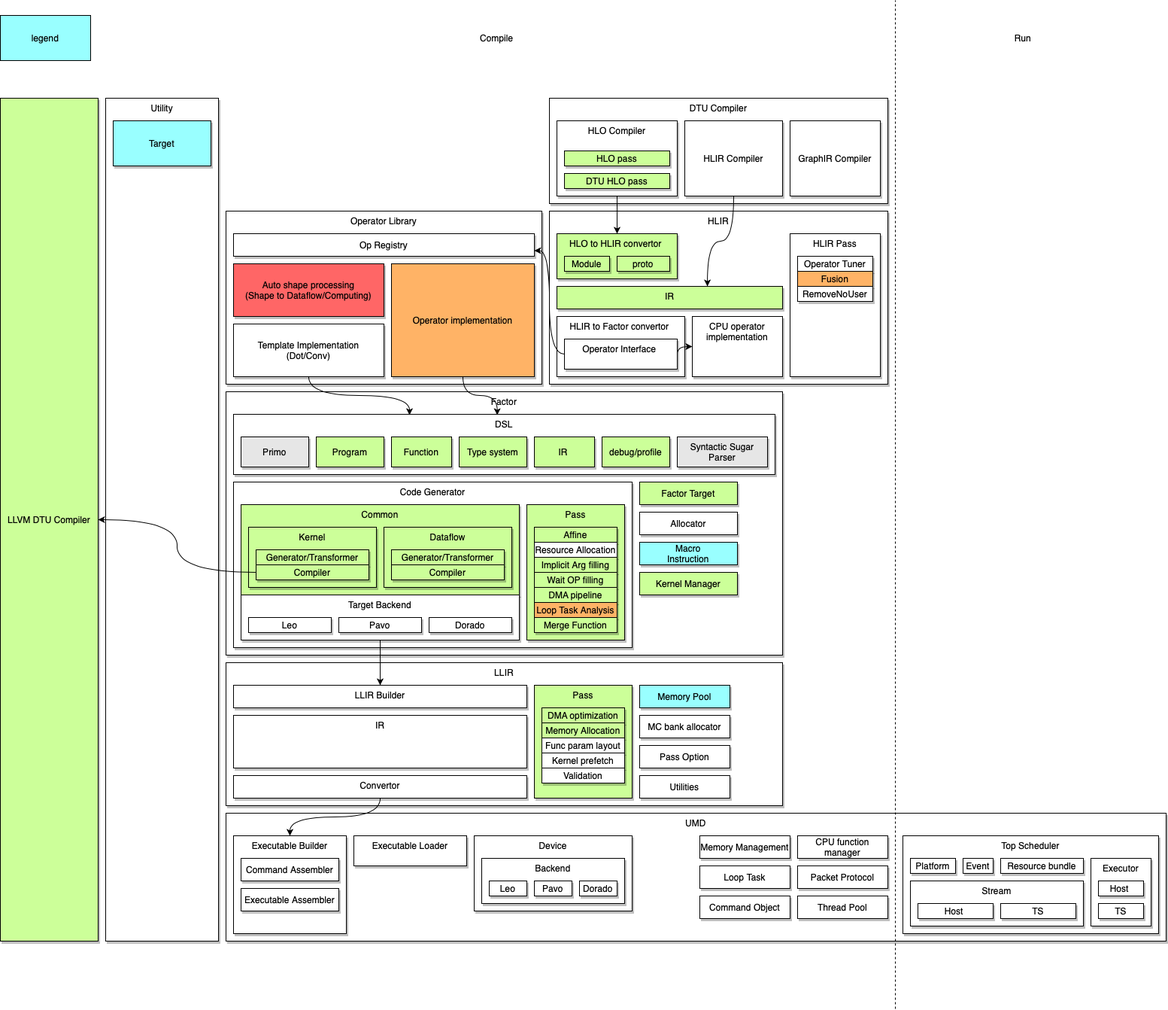
Earlier version of the draw.io export 组件及关系图.png (dingsg/drawio). Source tidied: cells renumbered, new cells last; positions are measured from the earlier drawing's top-left corner, leaving out a move shared by most shapes.
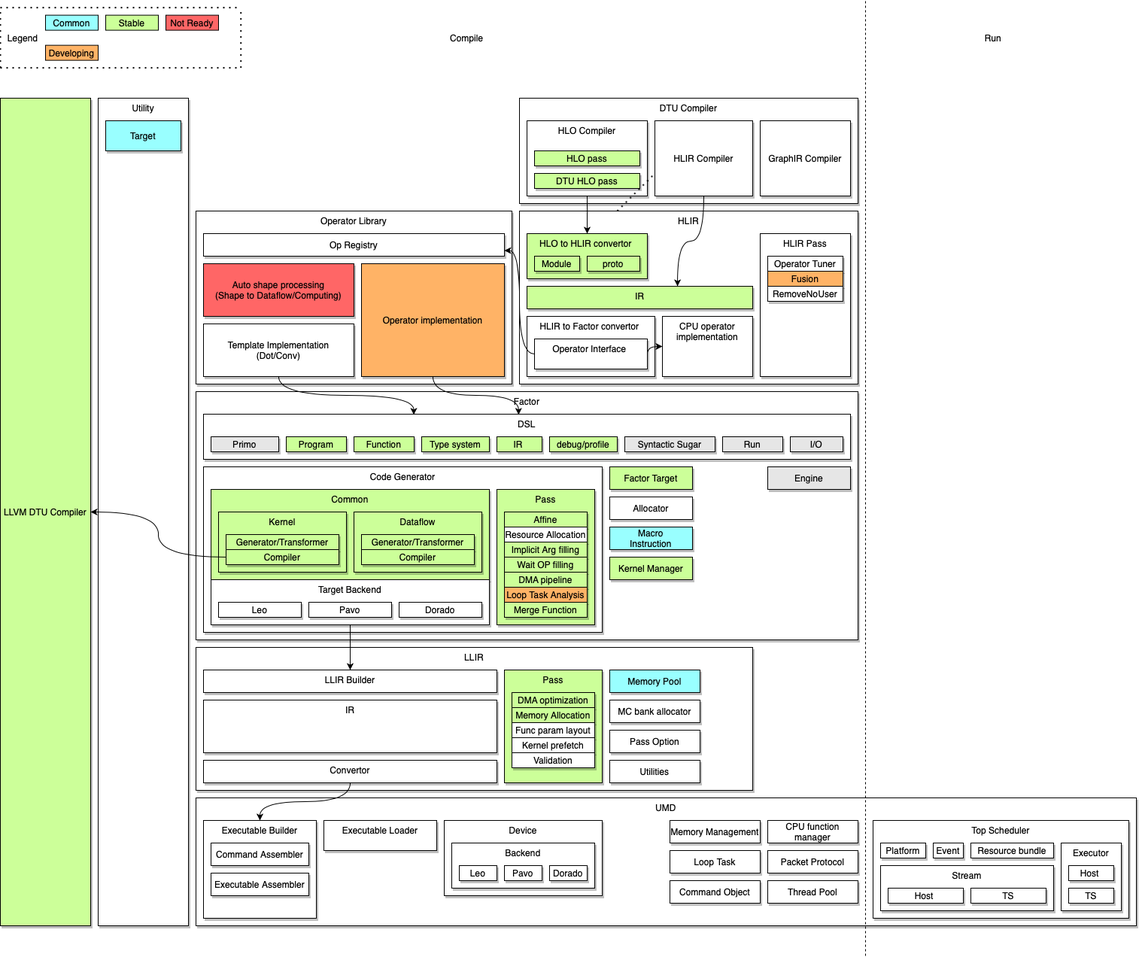
Above is the later version.

Commit message:
Added 组件及关系图.png

What changed in the source:
```diff
@@ -5,6 +5,6 @@
     <mxCell id="2" value="Operator Library" style="rounded=0;whiteSpace=wrap;html=1;verticalAlign=top;shadow=1;" parent="1" vertex="1">
-      <mxGeometry x="300" y="280" width="420" height="230" as="geometry" />
+      <mxGeometry x="300" y="300" width="420" height="230" as="geometry" />
     </mxCell>
     <mxCell id="3" value="Factor" style="rounded=0;whiteSpace=wrap;html=1;align=center;verticalAlign=top;shadow=1;" parent="1" vertex="1">
-      <mxGeometry x="300" y="520" width="740" height="350" as="geometry" />
+      <mxGeometry x="300" y="540" width="880" height="330" as="geometry" />
     </mxCell>
@@ -17,21 +17,21 @@
     <mxCell id="6" value="HLIR" style="rounded=0;whiteSpace=wrap;html=1;align=center;verticalAlign=top;shadow=1;" parent="1" vertex="1">
-      <mxGeometry x="730" y="280" width="450" height="230" as="geometry" />
+      <mxGeometry x="730" y="300" width="450" height="230" as="geometry" />
     </mxCell>
     <mxCell id="7" value="DTU Compiler&lt;br&gt;" style="rounded=0;whiteSpace=wrap;html=1;align=center;verticalAlign=top;shadow=1;" parent="1" vertex="1">
-      <mxGeometry x="730" y="130" width="450" height="140" as="geometry" />
+      <mxGeometry x="730" y="150" width="450" height="140" as="geometry" />
     </mxCell>
     <mxCell id="8" value="HLO Compiler" style="rounded=0;whiteSpace=wrap;html=1;verticalAlign=top;shadow=1;" parent="1" vertex="1">
-      <mxGeometry x="740" y="160" width="160" height="100" as="geometry" />
+      <mxGeometry x="740" y="180" width="160" height="100" as="geometry" />
     </mxCell>
     <mxCell id="9" value="GraphIR Compiler" style="rounded=0;whiteSpace=wrap;html=1;shadow=1;" parent="1" vertex="1">
-      <mxGeometry x="1050" y="160" width="120" height="100" as="geometry" />
+      <mxGeometry x="1050" y="180" width="120" height="100" as="geometry" />
     </mxCell>
     <mxCell id="10" value="HLO to HLIR convertor&amp;nbsp;" style="rounded=0;whiteSpace=wrap;html=1;verticalAlign=top;shadow=1;fillColor=#CCFF99;" parent="1" vertex="1">
-      <mxGeometry x="740" y="310" width="160" height="60" as="geometry" />
+      <mxGeometry x="740" y="330" width="160" height="60" as="geometry" />
     </mxCell>
     <mxCell id="11" value="HLIR to Factor&amp;nbsp;convertor&amp;nbsp;" style="rounded=0;whiteSpace=wrap;html=1;verticalAlign=top;shadow=1;" parent="1" vertex="1">
-      <mxGeometry x="740" y="420" width="170" height="80" as="geometry" />
+      <mxGeometry x="740" y="440" width="170" height="80" as="geometry" />
     </mxCell>
     <mxCell id="12" value="HLO pass" style="rounded=0;whiteSpace=wrap;html=1;shadow=1;fillColor=#CCFF99;" parent="1" vertex="1">
-      <mxGeometry x="750" y="200" width="140" height="20" as="geometry" />
+      <mxGeometry x="750" y="220" width="140" height="20" as="geometry" />
     </mxCell>
@@ -41,12 +41,12 @@
     <mxCell id="14" value="DTU HLO pass" style="rounded=0;whiteSpace=wrap;html=1;shadow=1;fillColor=#CCFF99;" parent="1" vertex="1">
-      <mxGeometry x="750" y="230" width="140" height="20" as="geometry" />
+      <mxGeometry x="750" y="250" width="140" height="20" as="geometry" />
     </mxCell>
     <mxCell id="15" value="Module" style="rounded=0;whiteSpace=wrap;html=1;align=center;shadow=1;fillColor=#CCFF99;" parent="1" vertex="1">
-      <mxGeometry x="750" y="340" width="60" height="20" as="geometry" />
+      <mxGeometry x="750" y="360" width="60" height="20" as="geometry" />
     </mxCell>
     <mxCell id="16" value="proto" style="rounded=0;whiteSpace=wrap;html=1;align=center;shadow=1;fillColor=#CCFF99;" parent="1" vertex="1">
-      <mxGeometry x="820" y="340" width="70" height="20" as="geometry" />
+      <mxGeometry x="820" y="360" width="70" height="20" as="geometry" />
     </mxCell>
     <mxCell id="17" value="HLIR Pass" style="rounded=0;whiteSpace=wrap;html=1;verticalAlign=top;shadow=1;" parent="1" vertex="1">
-      <mxGeometry x="1050" y="310" width="120" height="190" as="geometry" />
+      <mxGeometry x="1050" y="330" width="120" height="190" as="geometry" />
     </mxCell>
@@ -58,3 +58,3 @@
         <Array as="points">
-          <mxPoint x="900" y="460" />
+          <mxPoint x="900" y="480" />
         </Array>
@@ -63,9 +63,9 @@
     <mxCell id="20" value="Operator Interface&amp;nbsp;" style="rounded=0;whiteSpace=wrap;html=1;verticalAlign=top;shadow=1;" parent="1" vertex="1">
-      <mxGeometry x="750" y="450" width="150" height="40" as="geometry" />
+      <mxGeometry x="750" y="470" width="150" height="40" as="geometry" />
     </mxCell>
     <mxCell id="21" value="Auto shape processing&lt;br&gt;(Shape to Dataflow/Computing)" style="rounded=0;whiteSpace=wrap;html=1;align=center;shadow=1;fillColor=#FF6666;" parent="1" vertex="1">
-      <mxGeometry x="310" y="350" width="200" height="70" as="geometry" />
+      <mxGeometry x="310" y="370" width="200" height="70" as="geometry" />
     </mxCell>
     <mxCell id="22" value="Op Registry" style="rounded=0;whiteSpace=wrap;html=1;align=center;shadow=1;" parent="1" vertex="1">
-      <mxGeometry x="310" y="310" width="400" height="30" as="geometry" />
+      <mxGeometry x="310" y="330" width="400" height="30" as="geometry" />
     </mxCell>
@@ -75,6 +75,6 @@
     <mxCell id="24" value="&lt;span&gt;Template Implementation&lt;br&gt;(Dot/Conv)&lt;br&gt;&lt;/span&gt;" style="rounded=0;whiteSpace=wrap;html=1;align=center;shadow=1;" parent="1" vertex="1">
-      <mxGeometry x="310" y="430" width="200" height="70" as="geometry" />
+      <mxGeometry x="310" y="450" width="200" height="70" as="geometry" />
     </mxCell>
     <mxCell id="25" value="Operator Tuner" style="rounded=0;whiteSpace=wrap;html=1;align=center;shadow=1;" parent="1" vertex="1">
-      <mxGeometry x="1060" y="340" width="100" height="20" as="geometry" />
+      <mxGeometry x="1060" y="360" width="100" height="20" as="geometry" />
     </mxCell>
@@ -84,42 +84,42 @@
     <mxCell id="27" value="&lt;span&gt;Operator implementation&lt;br&gt;&lt;/span&gt;" style="rounded=0;whiteSpace=wrap;html=1;align=center;shadow=1;fillColor=#FFB366;" parent="1" vertex="1">
-      <mxGeometry x="520" y="350" width="190" height="150" as="geometry" />
+      <mxGeometry x="520" y="370" width="190" height="150" as="geometry" />
     </mxCell>
     <mxCell id="28" value="CPU operator implementation" style="rounded=0;whiteSpace=wrap;html=1;verticalAlign=top;shadow=1;" parent="1" vertex="1">
-      <mxGeometry x="920" y="420" width="120" height="80" as="geometry" />
+      <mxGeometry x="920" y="440" width="120" height="80" as="geometry" />
     </mxCell>
     <mxCell id="29" value="DSL" style="rounded=0;whiteSpace=wrap;html=1;align=center;verticalAlign=top;shadow=1;" parent="1" vertex="1">
-      <mxGeometry x="310" y="550" width="720" height="80" as="geometry" />
+      <mxGeometry x="310" y="570" width="860" height="60" as="geometry" />
     </mxCell>
     <mxCell id="30" value="Primo" style="rounded=0;whiteSpace=wrap;html=1;align=center;shadow=1;fillColor=#E6E6E6;" parent="1" vertex="1">
-      <mxGeometry x="320" y="580" width="90" height="40" as="geometry" />
+      <mxGeometry x="320" y="600" width="90" height="20" as="geometry" />
     </mxCell>
     <mxCell id="31" value="Program" style="rounded=0;whiteSpace=wrap;html=1;align=center;shadow=1;fillColor=#CCFF99;" parent="1" vertex="1">
-      <mxGeometry x="420" y="580" width="90" height="40" as="geometry" />
+      <mxGeometry x="420" y="600" width="80" height="20" as="geometry" />
     </mxCell>
     <mxCell id="32" value="Factor Target" style="rounded=0;whiteSpace=wrap;html=1;align=center;shadow=1;fillColor=#CCFF99;" parent="1" vertex="1">
-      <mxGeometry x="850" y="640" width="130" height="30" as="geometry" />
+      <mxGeometry x="850" y="640" width="110" height="30" as="geometry" />
     </mxCell>
     <mxCell id="33" value="Utility" style="rounded=0;whiteSpace=wrap;html=1;align=center;verticalAlign=top;shadow=1;" parent="1" vertex="1">
-      <mxGeometry x="140" y="130" width="150" height="1120" as="geometry" />
+      <mxGeometry x="170" y="150" width="120" height="1100" as="geometry" />
     </mxCell>
     <mxCell id="34" value="Target" style="rounded=0;whiteSpace=wrap;html=1;align=center;shadow=1;fillColor=#99FFFF;" parent="1" vertex="1">
-      <mxGeometry x="150" y="160" width="130" height="60" as="geometry" />
+      <mxGeometry x="180" y="180" width="100" height="40" as="geometry" />
     </mxCell>
     <mxCell id="35" value="Type system" style="rounded=0;whiteSpace=wrap;html=1;align=center;shadow=1;fillColor=#CCFF99;" parent="1" vertex="1">
-      <mxGeometry x="610" y="580" width="90" height="40" as="geometry" />
+      <mxGeometry x="600" y="600" width="90" height="20" as="geometry" />
     </mxCell>
     <mxCell id="36" value="IR" style="rounded=0;whiteSpace=wrap;html=1;verticalAlign=top;shadow=1;fillColor=#CCFF99;" parent="1" vertex="1">
-      <mxGeometry x="740" y="380" width="300" height="30" as="geometry" />
+      <mxGeometry x="740" y="400" width="300" height="30" as="geometry" />
     </mxCell>
     <mxCell id="37" value="Fusion" style="rounded=0;whiteSpace=wrap;html=1;align=center;shadow=1;fillColor=#FFB366;" parent="1" vertex="1">
-      <mxGeometry x="1060" y="360" width="100" height="20" as="geometry" />
+      <mxGeometry x="1060" y="380" width="100" height="20" as="geometry" />
     </mxCell>
     <mxCell id="38" value="IR&amp;nbsp;" style="rounded=0;whiteSpace=wrap;html=1;align=center;verticalAlign=middle;shadow=1;fillColor=#CCFF99;" parent="1" vertex="1">
-      <mxGeometry x="710" y="580" width="80" height="40" as="geometry" />
+      <mxGeometry x="700" y="600" width="60" height="20" as="geometry" />
     </mxCell>
     <mxCell id="39" value="Function" style="rounded=0;whiteSpace=wrap;html=1;align=center;shadow=1;fillColor=#CCFF99;" parent="1" vertex="1">
-      <mxGeometry x="520" y="580" width="80" height="40" as="geometry" />
+      <mxGeometry x="510" y="600" width="80" height="20" as="geometry" />
     </mxCell>
-    <mxCell id="40" value="&lt;div style=&quot;&quot;&gt;Syntactic Sugar Parser&lt;/div&gt;" style="rounded=0;whiteSpace=wrap;html=1;align=center;verticalAlign=middle;shadow=1;fillColor=#E6E6E6;" parent="1" vertex="1">
-      <mxGeometry x="900" y="580" width="120" height="40" as="geometry" />
+    <mxCell id="40" value="&lt;div&gt;Syntactic Sugar&lt;/div&gt;" style="rounded=0;whiteSpace=wrap;html=1;align=center;verticalAlign=middle;shadow=1;fillColor=#E6E6E6;" parent="1" vertex="1">
+      <mxGeometry x="870" y="600" width="120" height="20" as="geometry" />
     </mxCell>
@@ -147,3 +147,3 @@
     <mxCell id="48" value="Allocator" style="rounded=0;whiteSpace=wrap;html=1;align=center;shadow=1;" parent="1" vertex="1">
-      <mxGeometry x="850" y="680" width="130" height="30" as="geometry" />
+      <mxGeometry x="850" y="680" width="110" height="30" as="geometry" />
     </mxCell>
@@ -165,3 +165,3 @@
     <mxCell id="54" value="Macro&lt;br&gt;Instruction" style="rounded=0;whiteSpace=wrap;html=1;align=center;shadow=1;fillColor=#99FFFF;" parent="1" vertex="1">
-      <mxGeometry x="850" y="720" width="130" height="30" as="geometry" />
+      <mxGeometry x="850" y="720" width="110" height="30" as="geometry" />
     </mxCell>
@@ -174,3 +174,3 @@
     <mxCell id="57" value="RemoveNoUser" style="rounded=0;whiteSpace=wrap;html=1;align=center;shadow=1;" parent="1" vertex="1">
-      <mxGeometry x="1060" y="380" width="100" height="20" as="geometry" />
+      <mxGeometry x="1060" y="400" width="100" height="20" as="geometry" />
     </mxCell>
@@ -238,4 +238,4 @@
       <mxGeometry relative="1" as="geometry">
-        <mxPoint x="1190" y="1340" as="sourcePoint" />
-        <mxPoint x="1190" as="targetPoint" />
+        <mxPoint x="1190" y="1290" as="sourcePoint" />
+        <mxPoint x="1190" y="20" as="targetPoint" />
       </mxGeometry>
@@ -267,6 +267,6 @@
     <mxCell id="87" value="LLVM DTU Compiler" style="rounded=0;whiteSpace=wrap;html=1;align=center;shadow=1;fillColor=#CCFF99;" parent="1" vertex="1">
-      <mxGeometry y="130" width="130" height="1120" as="geometry" />
+      <mxGeometry x="40" y="150" width="120" height="1100" as="geometry" />
     </mxCell>
     <mxCell id="88" value="Kernel Manager" style="rounded=0;whiteSpace=wrap;html=1;align=center;shadow=1;fillColor=#CCFF99;" parent="1" vertex="1">
-      <mxGeometry x="850" y="760" width="130" height="30" as="geometry" />
+      <mxGeometry x="850" y="760" width="110" height="30" as="geometry" />
     </mxCell>
@@ -321,6 +321,6 @@
     <mxCell id="105" value="Compile" style="text;html=1;strokeColor=none;fillColor=none;align=center;verticalAlign=middle;whiteSpace=wrap;rounded=0;" parent="1" vertex="1">
-      <mxGeometry x="640" y="40" width="40" height="20" as="geometry" />
+      <mxGeometry x="640" y="60" width="40" height="20" as="geometry" />
     </mxCell>
     <mxCell id="106" value="Run" style="text;html=1;strokeColor=none;fillColor=none;align=center;verticalAlign=middle;whiteSpace=wrap;rounded=0;" parent="1" vertex="1">
-      <mxGeometry x="1340" y="40" width="40" height="20" as="geometry" />
+      <mxGeometry x="1340" y="60" width="40" height="20" as="geometry" />
     </mxCell>
@@ -330,3 +330,3 @@
     <mxCell id="108" value="HLIR Compiler" style="rounded=0;whiteSpace=wrap;html=1;verticalAlign=middle;shadow=1;" parent="1" vertex="1">
-      <mxGeometry x="910" y="160" width="130" height="100" as="geometry" />
+      <mxGeometry x="910" y="180" width="130" height="100" as="geometry" />
     </mxCell>
@@ -335,7 +335,7 @@
     </mxCell>
-    <mxCell id="110" value="legend" style="rounded=0;whiteSpace=wrap;html=1;fillColor=#99FFFF;" parent="1" vertex="1">
-      <mxGeometry y="20" width="120" height="60" as="geometry" />
+    <mxCell id="110" value="Common" style="rounded=0;whiteSpace=wrap;html=1;fillColor=#99FFFF;" parent="1" vertex="1">
+      <mxGeometry x="100" y="39.7" width="70" height="20" as="geometry" />
     </mxCell>
     <mxCell id="111" value="debug/profile" style="rounded=0;whiteSpace=wrap;html=1;align=center;verticalAlign=middle;shadow=1;fillColor=#CCFF99;" parent="1" vertex="1">
-      <mxGeometry x="800" y="580" width="90" height="40" as="geometry" />
+      <mxGeometry x="770" y="600" width="90" height="20" as="geometry" />
     </mxCell>
@@ -347,2 +347,53 @@
     </mxCell>
+    <mxCell id="114" value="Legend" style="text;html=1;strokeColor=none;fillColor=none;align=center;verticalAlign=middle;whiteSpace=wrap;rounded=0;" parent="1" vertex="1">
+      <mxGeometry x="50" y="59.7" width="40" height="20" as="geometry" />
+    </mxCell>
+    <mxCell id="115" style="endArrow=none;dashed=1;html=1;dashPattern=1 3;strokeWidth=2;" parent="1" edge="1">
+      <mxGeometry relative="1" as="geometry">
+        <mxPoint x="860" y="300" as="sourcePoint" />
+        <mxPoint x="910" y="250" as="targetPoint" />
+      </mxGeometry>
+    </mxCell>
+    <mxCell id="116" style="endArrow=none;dashed=1;html=1;dashPattern=1 3;strokeWidth=2;" parent="1" edge="1">
+      <mxGeometry relative="1" as="geometry">
+        <mxPoint x="40" y="109.7" as="sourcePoint" />
+        <mxPoint x="360" y="109.7" as="targetPoint" />
+      </mxGeometry>
+    </mxCell>
+    <mxCell id="117" style="endArrow=none;dashed=1;html=1;dashPattern=1 3;strokeWidth=2;" parent="1" edge="1">
+      <mxGeometry relative="1" as="geometry">
+        <mxPoint x="40" y="29.7" as="sourcePoint" />
+        <mxPoint x="360" y="29.7" as="targetPoint" />
+      </mxGeometry>
+    </mxCell>
+    <mxCell id="118" style="endArrow=none;dashed=1;html=1;dashPattern=1 3;strokeWidth=2;" parent="1" edge="1">
+      <mxGeometry relative="1" as="geometry">
+        <mxPoint x="40" y="109.7" as="sourcePoint" />
+        <mxPoint x="40" y="29.7" as="targetPoint" />
+      </mxGeometry>
+    </mxCell>
+    <mxCell id="119" style="endArrow=none;dashed=1;html=1;dashPattern=1 3;strokeWidth=2;" parent="1" edge="1">
+      <mxGeometry relative="1" as="geometry">
+        <mxPoint x="359.7" y="109.7" as="sourcePoint" />
+        <mxPoint x="359.7" y="29.7" as="targetPoint" />
+      </mxGeometry>
+    </mxCell>
+    <mxCell id="120" value="Stable" style="rounded=0;whiteSpace=wrap;html=1;fillColor=#CCFF99;" parent="1" vertex="1">
+      <mxGeometry x="180" y="39.7" width="70" height="20" as="geometry" />
+    </mxCell>
+    <mxCell id="121" value="Not Ready" style="rounded=0;whiteSpace=wrap;html=1;fillColor=#FF6666;" parent="1" vertex="1">
+      <mxGeometry x="260" y="39.7" width="70" height="20" as="geometry" />
+    </mxCell>
+    <mxCell id="122" value="Developing" style="rounded=0;whiteSpace=wrap;html=1;fillColor=#FFB366;" parent="1" vertex="1">
+      <mxGeometry x="100" y="79.7" width="70" height="20" as="geometry" />
+    </mxCell>
+    <mxCell id="123" value="&lt;div&gt;Run&lt;/div&gt;" style="rounded=0;whiteSpace=wrap;html=1;align=center;verticalAlign=middle;shadow=1;fillColor=#E6E6E6;" parent="1" vertex="1">
+      <mxGeometry x="1000" y="600" width="80" height="20" as="geometry" />
+    </mxCell>
+    <mxCell id="124" value="I/O" style="rounded=0;whiteSpace=wrap;html=1;align=center;verticalAlign=middle;shadow=1;fillColor=#E6E6E6;" parent="1" vertex="1">
+      <mxGeometry x="1090" y="600" width="70" height="20" as="geometry" />
+    </mxCell>
+    <mxCell id="125" value="Engine" style="rounded=0;whiteSpace=wrap;html=1;align=center;shadow=1;fillColor=#E6E6E6;" parent="1" vertex="1">
+      <mxGeometry x="1060" y="640" width="110" height="30" as="geometry" />
+    </mxCell>
   </root>
```
